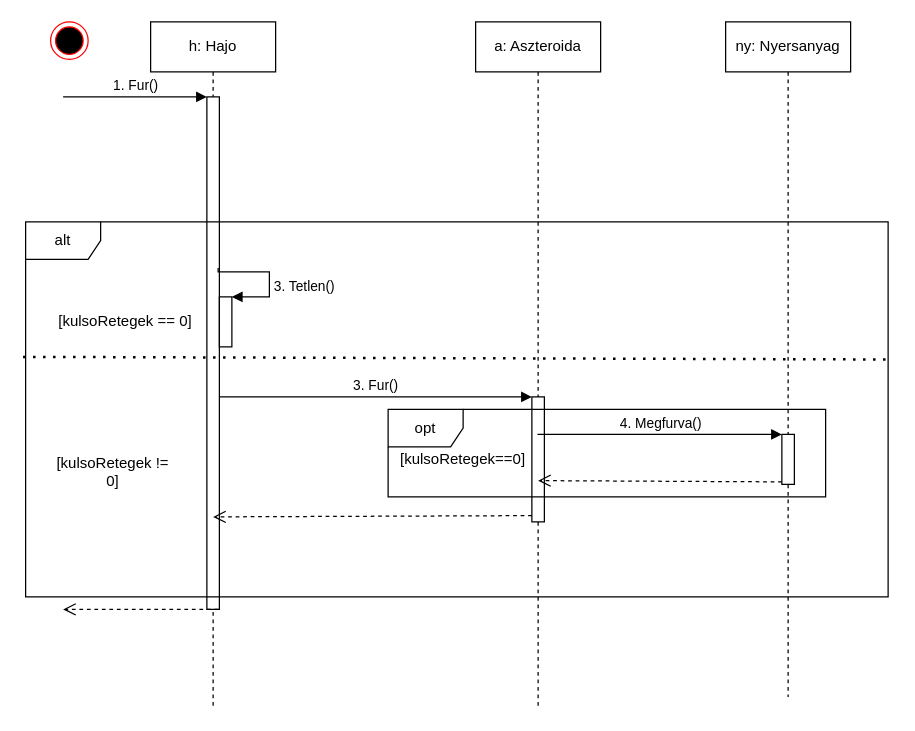
torpeBoiGo/aszteroidabanyaszat keeps this draw.io diagram as doc/uml/ship_drills.drawio. Above is the earlier version. Source tidied: cells renumbered, new cells numbered last; positions are measured from the earlier drawing's top-left corner, leaving out a move shared by most shapes. Both pictures are drawn from the tidied source at 125%, with x=0, y=0 at pixel (25, 21).
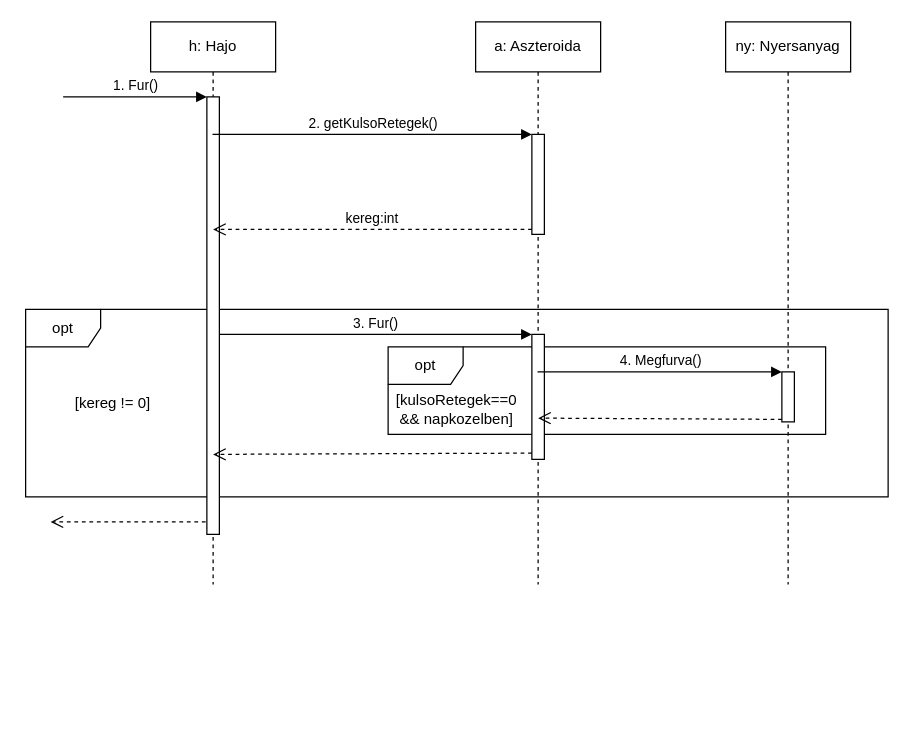
The same diagram, later.

Commit message:
Update ship_drills.drawio: tetlen torlese, megfurva feltetel valtoztatas

Diff of the diagram source:
```diff
@@
+    <mxCell id="20" value="opt" style="shape=umlFrame;whiteSpace=wrap;html=1;" parent="1" vertex="1">
+      <mxGeometry x="290" y="260" width="350" height="70" as="geometry" />
+    </mxCell>
+    <mxCell id="12" value="opt" style="shape=umlFrame;whiteSpace=wrap;html=1;" parent="1" vertex="1">
+      <mxGeometry y="230" width="690" height="150" as="geometry" />
+    </mxCell>
     <mxCell id="2" value="h: Hajo" style="shape=umlLifeline;perimeter=lifelinePerimeter;whiteSpace=wrap;html=1;outlineConnect=0;" parent="1" vertex="1">
-      <mxGeometry x="100" width="100" height="550" as="geometry" />
+      <mxGeometry x="100" width="100" height="450" as="geometry" />
     </mxCell>
     <mxCell id="3" style="html=1;points=[];perimeter=orthogonalPerimeter;" parent="2" vertex="1">
-      <mxGeometry x="45" y="60" width="10" height="410" as="geometry" />
+      <mxGeometry x="45" y="60" width="10" height="350" as="geometry" />
     </mxCell>
@@
-    <mxCell id="5" style="html=1;verticalAlign=bottom;endArrow=open;dashed=1;endSize=8;" parent="2" edge="1">
-      <mxGeometry x="0.24" y="77" relative="1" as="geometry">
-        <mxPoint x="54" y="470" as="sourcePoint" />
-        <mxPoint x="-70" y="470" as="targetPoint" />
-      </mxGeometry>
-    </mxCell>
-    <mxCell id="6" style="html=1;points=[];perimeter=orthogonalPerimeter;" parent="2" vertex="1">
-      <mxGeometry x="55" y="220" width="10" height="40" as="geometry" />
-    </mxCell>
-    <mxCell id="7" value="3. Tetlen()" style="edgeStyle=orthogonalEdgeStyle;html=1;align=left;spacingLeft=2;endArrow=block;rounded=0;entryX=1;entryY=0;exitX=0.9;exitY=0.334;exitDx=0;exitDy=0;exitPerimeter=0;" parent="2" edge="1" source="3" target="6">
-      <mxGeometry x="0.2" relative="1" as="geometry">
-        <Array as="points">
-          <mxPoint x="54" y="200" />
-          <mxPoint x="95" y="200" />
-          <mxPoint x="95" y="220" />
-        </Array>
-      </mxGeometry>
-    </mxCell>
     <mxCell id="8" value="a: Aszteroida" style="shape=umlLifeline;perimeter=lifelinePerimeter;whiteSpace=wrap;html=1;outlineConnect=0;" parent="1" vertex="1">
-      <mxGeometry x="360" width="100" height="550" as="geometry" />
+      <mxGeometry x="360" width="100" height="450" as="geometry" />
     </mxCell>
     <mxCell id="9" style="html=1;points=[];perimeter=orthogonalPerimeter;" parent="8" vertex="1">
-      <mxGeometry x="45" y="300" width="10" height="100" as="geometry" />
+      <mxGeometry x="45" y="250" width="10" height="100" as="geometry" />
     </mxCell>
+    <mxCell id="23" style="html=1;points=[];perimeter=orthogonalPerimeter;" parent="8" vertex="1">
+      <mxGeometry x="45" y="90" width="10" height="80" as="geometry" />
+    </mxCell>
-    <mxCell id="10" value="3. Fur()" style="html=1;verticalAlign=bottom;endArrow=block;entryX=0;entryY=0;" parent="1" edge="1" source="3" target="9">
-      <mxGeometry relative="1" as="geometry" />
+    <mxCell id="10" value="3. Fur()" style="html=1;verticalAlign=bottom;endArrow=block;entryX=0;entryY=0;" parent="1" edge="1" target="9">
+      <mxGeometry relative="1" as="geometry">
+        <mxPoint x="155" y="250" as="sourcePoint" />
+      </mxGeometry>
     </mxCell>
     <mxCell id="11" style="html=1;verticalAlign=bottom;endArrow=open;dashed=1;endSize=8;exitX=0;exitY=0.95;" parent="1" edge="1" source="9">
       <mxGeometry x="0.02" y="54" relative="1" as="geometry">
-        <mxPoint x="150" y="396" as="targetPoint" />
+        <mxPoint x="150" y="346" as="targetPoint" />
       </mxGeometry>
     </mxCell>
-    <mxCell id="12" value="alt" style="shape=umlFrame;whiteSpace=wrap;html=1;" parent="1" vertex="1">
-      <mxGeometry y="160" width="690" height="300" as="geometry" />
-    </mxCell>
-    <mxCell id="13" style="endArrow=none;dashed=1;html=1;dashPattern=1 3;strokeWidth=2;exitX=-0.003;exitY=0.36;exitDx=0;exitDy=0;exitPerimeter=0;entryX=1.003;entryY=0.367;entryDx=0;entryDy=0;entryPerimeter=0;" parent="1" edge="1" source="12" target="12">
-      <mxGeometry relative="1" as="geometry" />
-    </mxCell>
-    <mxCell id="14" value="[kulsoRetegek == 0]" style="text;html=1;strokeColor=none;fillColor=none;align=center;verticalAlign=middle;whiteSpace=wrap;rounded=0;" parent="1" vertex="1">
-      <mxGeometry x="20" y="230" width="120" height="20" as="geometry" />
-    </mxCell>
-    <mxCell id="15" value="[kulsoRetegek != 0]" style="text;html=1;strokeColor=none;fillColor=none;align=center;verticalAlign=middle;whiteSpace=wrap;rounded=0;" parent="1" vertex="1">
-      <mxGeometry x="20" y="350" width="100" height="20" as="geometry" />
+    <mxCell id="15" value="[kereg != 0]" style="text;html=1;strokeColor=none;fillColor=none;align=center;verticalAlign=middle;whiteSpace=wrap;rounded=0;" parent="1" vertex="1">
+      <mxGeometry x="20" y="295" width="100" height="20" as="geometry" />
     </mxCell>
     <mxCell id="16" value="ny: Nyersanyag" style="shape=umlLifeline;perimeter=lifelinePerimeter;whiteSpace=wrap;html=1;" parent="1" vertex="1">
-      <mxGeometry x="560" width="100" height="540" as="geometry" />
+      <mxGeometry x="560" width="100" height="450" as="geometry" />
     </mxCell>
     <mxCell id="17" style="html=1;points=[];perimeter=orthogonalPerimeter;" parent="16" vertex="1">
-      <mxGeometry x="45" y="330" width="10" height="40" as="geometry" />
+      <mxGeometry x="45" y="280" width="10" height="40" as="geometry" />
     </mxCell>
-    <mxCell id="18" value="4. Megfurva()" style="html=1;verticalAlign=bottom;endArrow=block;entryX=0;entryY=0;" parent="1" edge="1" source="8" target="17">
-      <mxGeometry relative="1" as="geometry" />
+    <mxCell id="18" value="4. Megfurva()" style="html=1;verticalAlign=bottom;endArrow=block;entryX=0;entryY=0;" parent="1" edge="1" target="17">
+      <mxGeometry relative="1" as="geometry">
+        <mxPoint x="409.5" y="280" as="sourcePoint" />
+      </mxGeometry>
     </mxCell>
     <mxCell id="19" style="html=1;verticalAlign=bottom;endArrow=open;dashed=1;endSize=8;exitX=0;exitY=0.95;" parent="1" edge="1" source="17">
       <mxGeometry x="-0.09" y="52" relative="1" as="geometry">
-        <mxPoint x="410" y="367" as="targetPoint" />
+        <mxPoint x="410" y="317" as="targetPoint" />
       </mxGeometry>
     </mxCell>
-    <mxCell id="20" value="opt" style="shape=umlFrame;whiteSpace=wrap;html=1;" parent="1" vertex="1">
-      <mxGeometry x="290" y="310" width="350" height="70" as="geometry" />
-    </mxCell>
-    <mxCell id="21" value="[kulsoRetegek==0]" style="text;html=1;strokeColor=none;fillColor=none;align=center;verticalAlign=middle;whiteSpace=wrap;rounded=0;" parent="1" vertex="1">
-      <mxGeometry x="330" y="340" width="40" height="20" as="geometry" />
+    <mxCell id="21" value="[kulsoRetegek==0 &amp;amp;&amp;amp; napkozelben]" style="text;html=1;strokeColor=none;fillColor=none;align=center;verticalAlign=middle;whiteSpace=wrap;rounded=0;" parent="1" vertex="1">
+      <mxGeometry x="325" y="305" width="40" height="10" as="geometry" />
     </mxCell>
-    <mxCell id="22" style="ellipse;html=1;shape=endState;fillColor=#000000;strokeColor=#ff0000;" parent="1" vertex="1">
-      <mxGeometry x="20" width="30" height="30" as="geometry" />
-    </mxCell>
+    <mxCell id="5" style="html=1;verticalAlign=bottom;endArrow=open;dashed=1;endSize=8;" parent="1" edge="1">
+      <mxGeometry x="0.24" y="77" relative="1" as="geometry">
+        <mxPoint x="144" y="400" as="sourcePoint" />
+        <mxPoint x="20" y="400" as="targetPoint" />
+      </mxGeometry>
+    </mxCell>
+    <mxCell id="24" value="2. getKulsoRetegek()" style="html=1;verticalAlign=bottom;endArrow=block;entryX=0;entryY=0;" parent="1" edge="1" source="2" target="23">
+      <mxGeometry relative="1" as="geometry" />
+    </mxCell>
+    <mxCell id="25" value="kereg:int" style="html=1;verticalAlign=bottom;endArrow=open;dashed=1;endSize=8;exitX=0;exitY=0.95;entryX=0.5;entryY=0.303;entryDx=0;entryDy=0;entryPerimeter=0;" parent="1" edge="1" source="23" target="3">
+      <mxGeometry relative="1" as="geometry" />
+    </mxCell>
```
